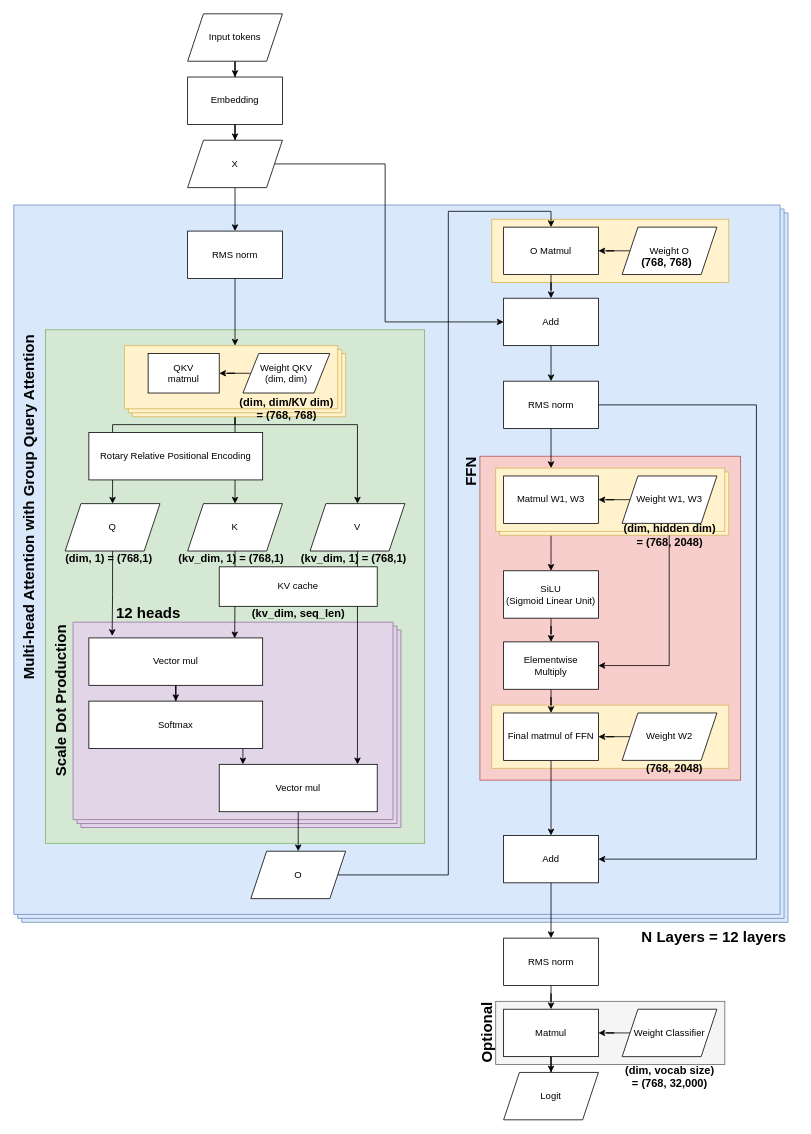
Above: page "Page-1" (1 of 2) of llama2.c.drawio in yw9865/drawio (draw.io), before the change. Source tidied: cells renumbered, new cells numbered last; positions are measured from the earlier drawing's top-left corner, leaving out a move shared by most shapes. Both pictures are drawn from the tidied source at 79%, with x=0, y=0 at pixel (-152, 13).
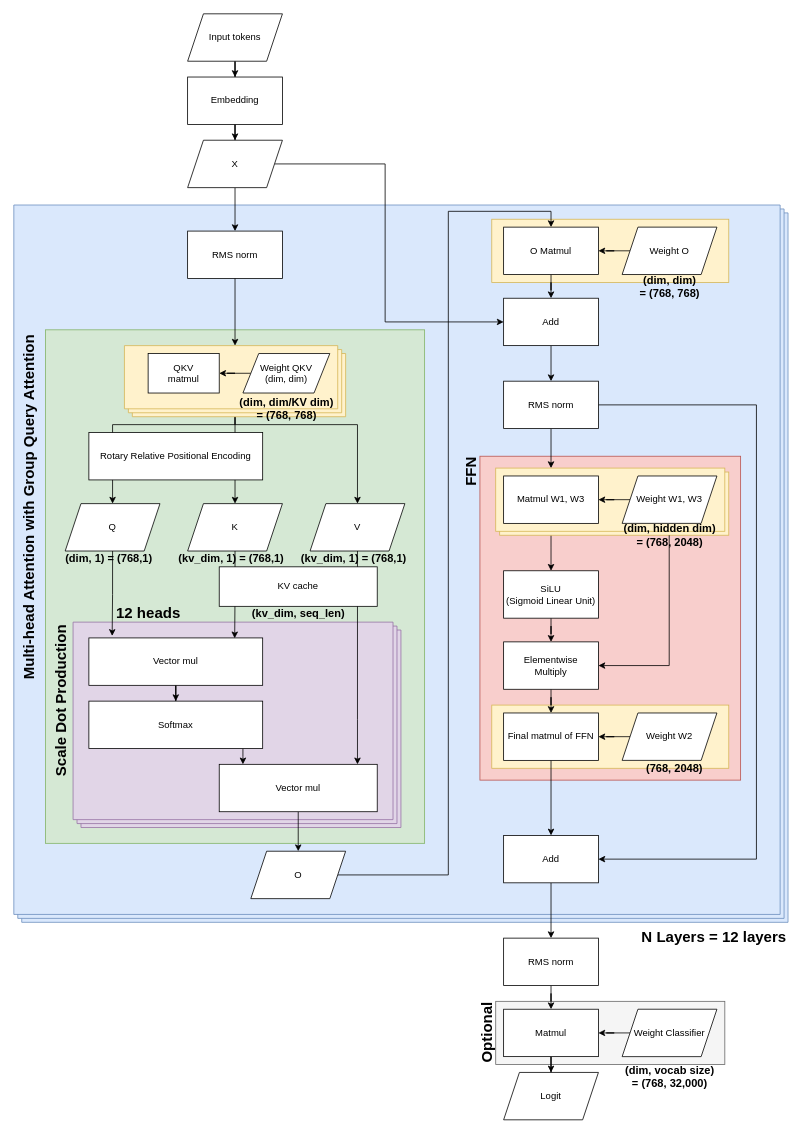
The same page after the edit.

Commit message:
llama2.c: Dimension of weight O

The edit, as a diff of the source:
```diff
@@
-    <mxCell id="79" value="&lt;b&gt;&lt;font style=&quot;font-size: 14px;&quot;&gt;(768, 768)&lt;/font&gt;&lt;/b&gt;" style="text;html=1;align=center;verticalAlign=middle;strokeColor=none;fillColor=none;" parent="1" vertex="1">
-      <mxGeometry x="991" y="300" width="90" height="30" as="geometry" />
+    <mxCell id="79" value="&lt;div&gt;&lt;b&gt;&lt;font style=&quot;font-size: 14px;&quot;&gt;(dim, dim)&lt;/font&gt;&lt;/b&gt;&lt;/div&gt;&lt;b&gt;&lt;font style=&quot;font-size: 14px;&quot;&gt;= (768, 768)&lt;/font&gt;&lt;/b&gt;" style="text;html=1;align=center;verticalAlign=middle;strokeColor=none;fillColor=none;" parent="1" vertex="1">
+      <mxGeometry x="990" y="320" width="100" height="50" as="geometry" />
     </mxCell>
```
